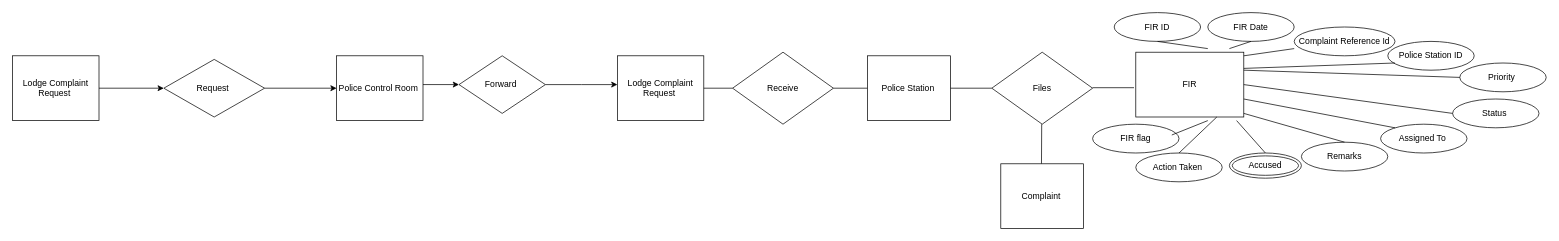
This is ErDiagramfinal.drawio from mpritam23/E-FIR, a draw.io file, before an edit. Source tidied: cells renumbered, new cells numbered last; positions are measured from the earlier drawing's top-left corner, leaving out a move shared by most shapes. Both pictures are drawn from the tidied source at 72%, with x=0, y=0 at pixel (12, 12).
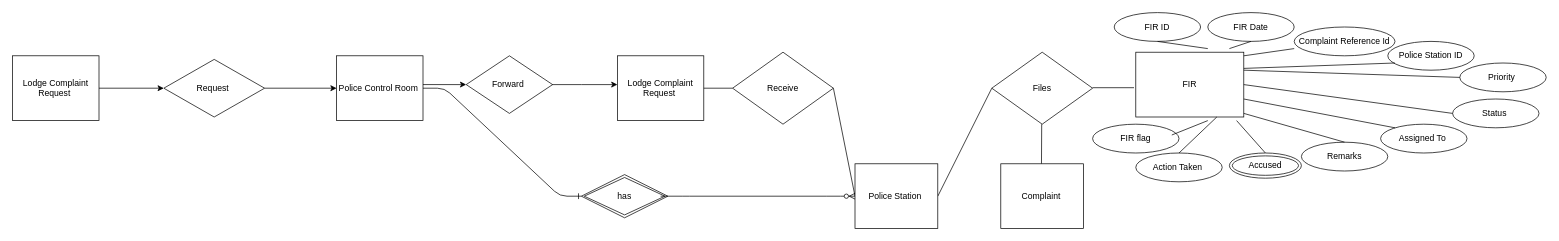
The same diagram, later.

The change refers to these unchanged cells:
```xml
<mxCell id="39" value="Police Control Room&amp;nbsp;" style="whiteSpace=wrap;html=1;rounded=0;" parent="1" vertex="1">
  <mxGeometry x="450" y="60" width="120" height="90" as="geometry" />
</mxCell>
```

The edit, as a diff of the source:
```diff
@@
     <mxCell id="10" value="Police Station&amp;nbsp;" style="rounded=0;whiteSpace=wrap;html=1;" parent="1" vertex="1">
-      <mxGeometry x="1187.5" y="60" width="115" height="90" as="geometry" />
+      <mxGeometry x="1170" y="210" width="115" height="90" as="geometry" />
     </mxCell>
@@
     <mxCell id="37" value="Forward&amp;nbsp;" style="rhombus;whiteSpace=wrap;html=1;rounded=0;" parent="1" vertex="1">
-      <mxGeometry x="620" y="60" width="120" height="80" as="geometry" />
+      <mxGeometry x="630" y="60" width="120" height="80" as="geometry" />
     </mxCell>
@@
+    <mxCell id="43" value="has" style="shape=rhombus;double=1;perimeter=rhombusPerimeter;whiteSpace=wrap;html=1;align=center;" parent="1" vertex="1">
+      <mxGeometry x="790" y="225" width="120" height="60" as="geometry" />
+    </mxCell>
+    <mxCell id="44" style="edgeStyle=entityRelationEdgeStyle;fontSize=12;html=1;endArrow=ERzeroToMany;endFill=1;entryX=0;entryY=0.5;entryDx=0;entryDy=0;" parent="1" edge="1" target="10">
+      <mxGeometry relative="1" as="geometry">
+        <mxPoint x="900" y="255" as="sourcePoint" />
+      </mxGeometry>
+    </mxCell>
+    <mxCell id="45" style="edgeStyle=entityRelationEdgeStyle;fontSize=12;html=1;endArrow=ERone;endFill=1;entryX=0;entryY=0.5;entryDx=0;entryDy=0;exitX=1;exitY=0.5;exitDx=0;exitDy=0;" parent="1" edge="1" source="39" target="43">
+      <mxGeometry relative="1" as="geometry" />
+    </mxCell>
```
